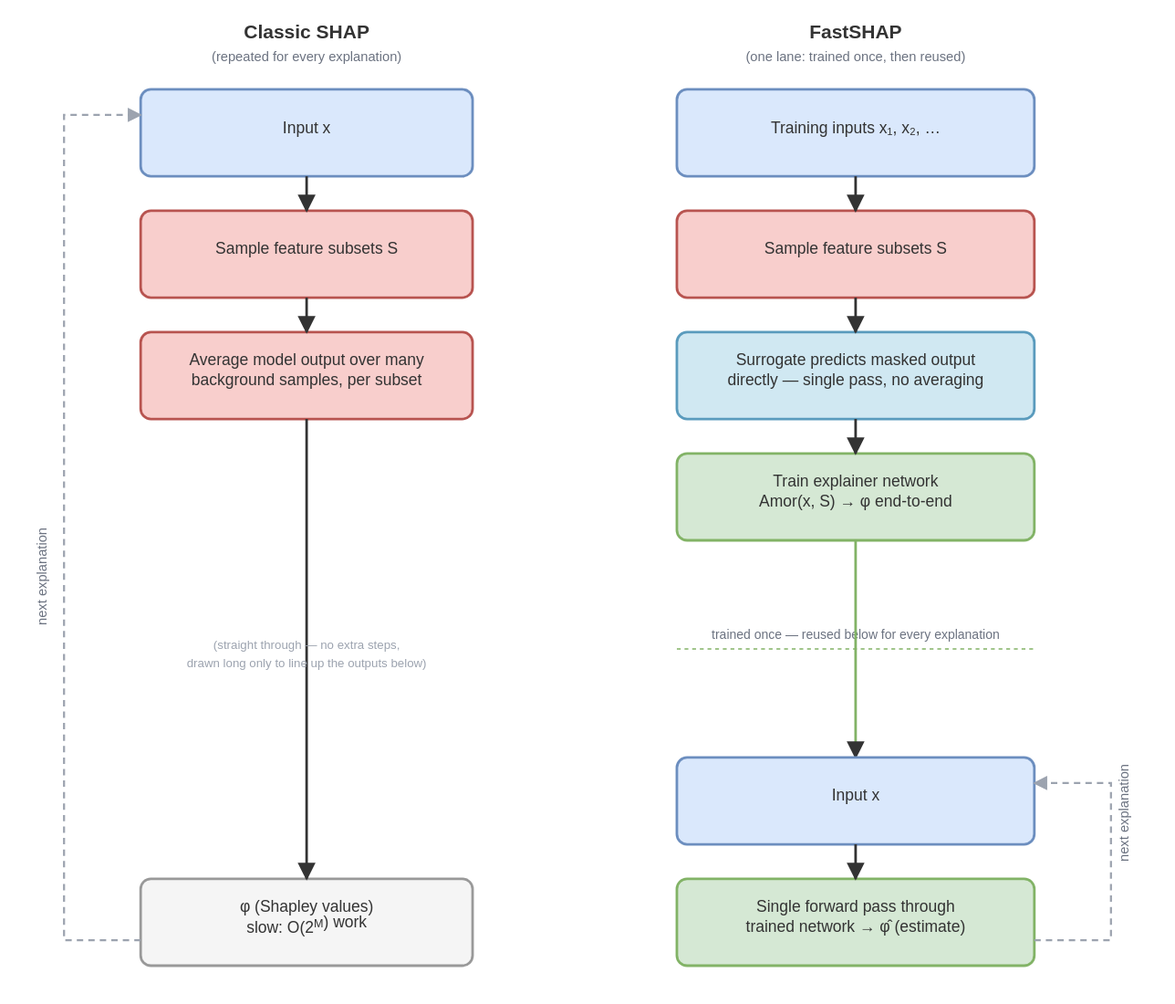
This is posts/explaining-black-box-predictions/diagrams/classic-vs-fastshap.drawio.svg from DMLF1/blog, a draw.io export, as it was before one commit. Source tidied: cells renumbered, new cells last; positions are measured from the earlier drawing's top-left corner, leaving out a move shared by most shapes.
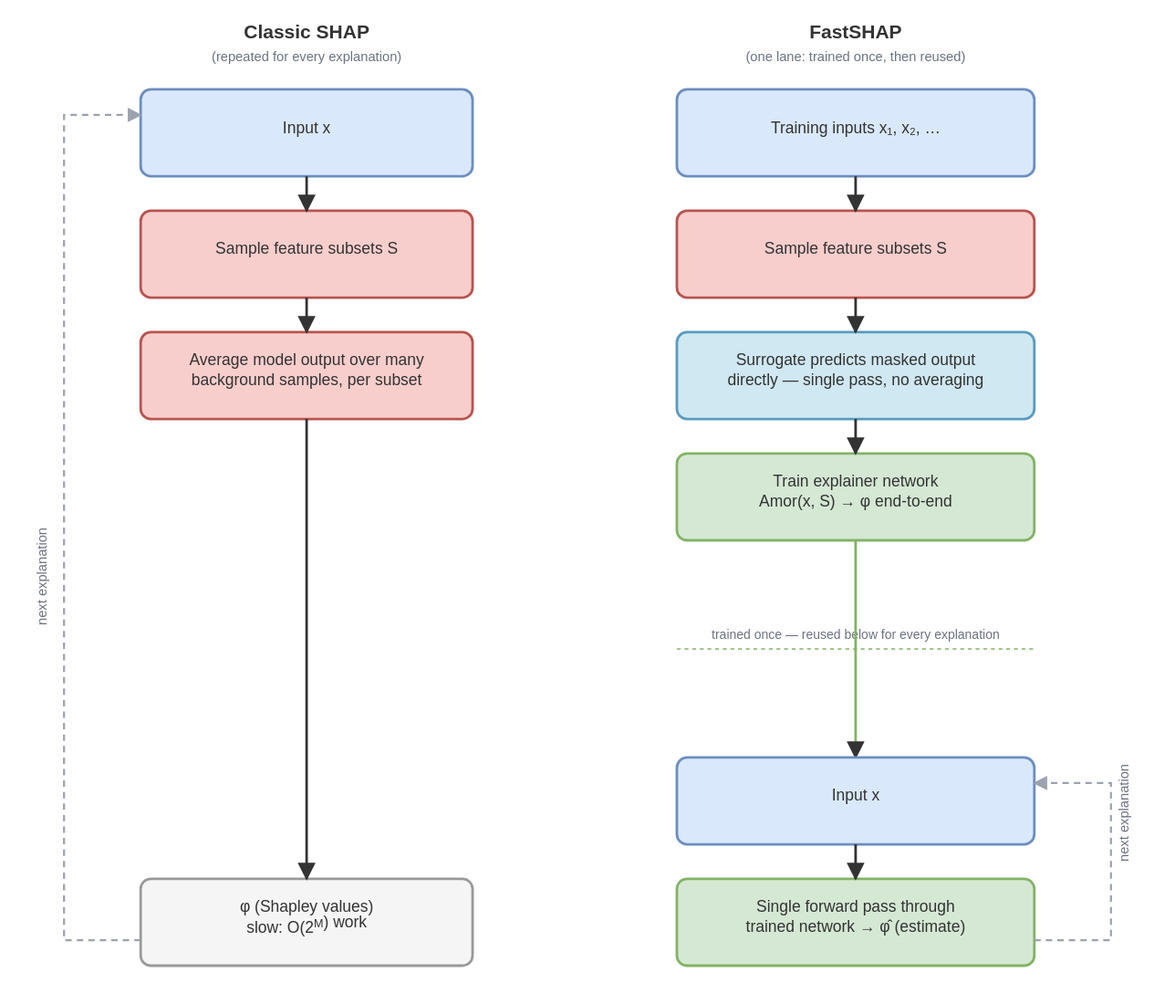
The same file after the commit.

Commit message:
Remove the straight-through comment under Classic SHAP's long connector

Claude-Session: https://claude.ai/code/session_01DLWZVV6crqQ5w94CF3SUBA

The edit, as a diff of the source:
```diff
@@ -44,12 +44,6 @@
         <mxPoint x="190" y="676" as="targetPoint" />
       </mxGeometry>
     </mxCell>
-    <mxCell id="13" value="(straight through — no extra steps," style="text;html=1;align=center;verticalAlign=middle;fontSize=9.5;fontStyle=1;fontColor=#9CA3AF;" parent="1" vertex="1">
-      <mxGeometry x="20" y="478" width="340" height="20" as="geometry" />
-    </mxCell>
-    <mxCell id="14" value="drawn long only to line up the outputs below)" style="text;html=1;align=center;verticalAlign=middle;fontSize=9.5;fontStyle=1;fontColor=#9CA3AF;" parent="1" vertex="1">
-      <mxGeometry x="20" y="492" width="340" height="20" as="geometry" />
-    </mxCell>
     <mxCell id="15" style="edgeStyle=none;html=1;endArrow=block;strokeColor=#9CA3AF;dashed=1;" parent="1" edge="1">
       <mxGeometry relative="1" as="geometry">
         <mxPoint x="60" y="724" as="sourcePoint" />
```
